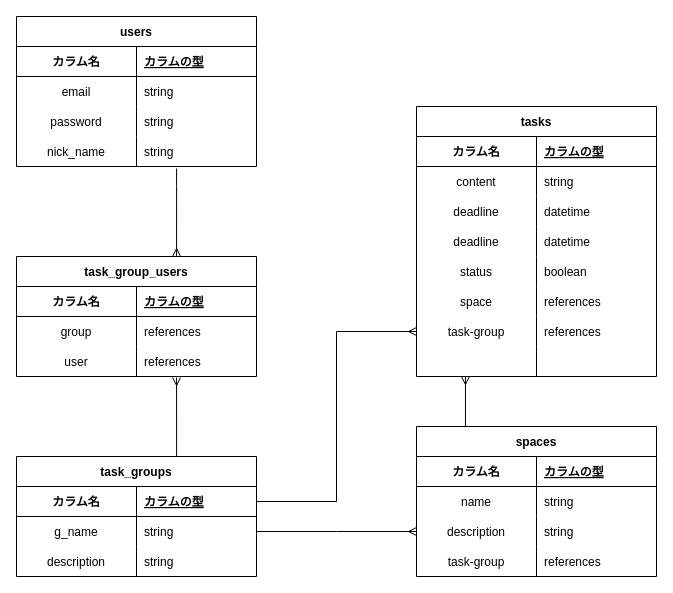
Before: ER .dio in iniwa-takaya/task_app, a draw.io diagram. Source tidied: cells renumbered, new cells numbered last; positions are measured from the earlier drawing's top-left corner, leaving out a move shared by most shapes. Both pictures are drawn from the tidied source at 100%, with x=0, y=0 at pixel (16, 16).
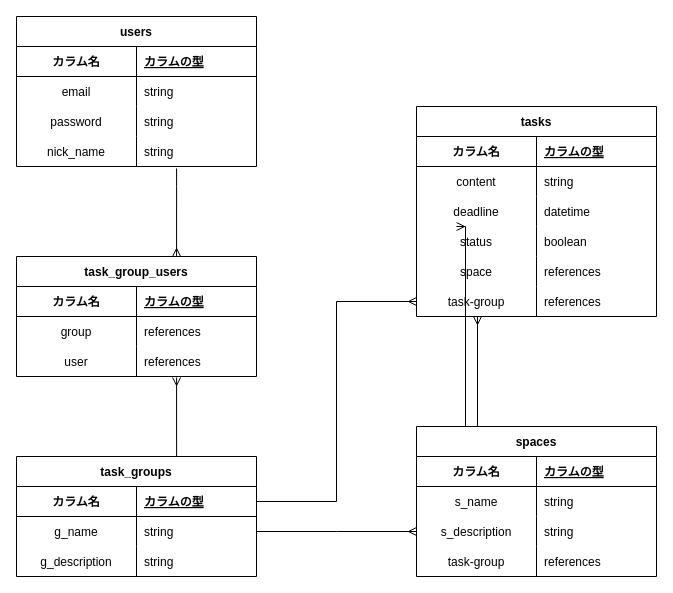
Above is the later version.

Commit message (it also covers changes not shown here):
ER図とREADMEの修正

Unchanged cells that the change refers to:
```xml
<mxCell id="41" value="spaces" style="shape=table;startSize=30;childLayout=tableLayout;rowLines=0;fontStyle=1;align=center;" parent="1" vertex="1">
  <mxGeometry x="400" y="410" width="240" height="150" as="geometry" />
</mxCell>
<mxCell id="45" style="shape=partialRectangle;fillColor=none;top=0;left=0;bottom=0;right=0;" parent="41" vertex="1">
  <mxGeometry y="60" width="240" height="30" as="geometry" />
</mxCell>
<mxCell id="48" style="shape=partialRectangle;fillColor=none;top=0;left=0;bottom=0;right=0;" parent="41" vertex="1">
  <mxGeometry y="90" width="240" height="30" as="geometry" />
</mxCell>
<mxCell id="63" style="shape=partialRectangle;fillColor=none;top=0;left=0;bottom=0;right=0;" parent="56" vertex="1">
  <mxGeometry y="90" width="240" height="30" as="geometry" />
</mxCell>
```

What changed in the source:
```diff
@@
     <mxCell id="15" value="tasks" style="shape=table;startSize=30;childLayout=tableLayout;rowLines=0;fontStyle=1;align=center;" parent="1" vertex="1">
-      <mxGeometry x="400" y="90" width="240" height="270" as="geometry" />
+      <mxGeometry x="400" y="90" width="240" height="210" as="geometry" />
     </mxCell>
@@
-    <mxCell id="25" style="shape=partialRectangle;fillColor=none;top=0;left=0;bottom=0;right=0;" parent="15" vertex="1">
-      <mxGeometry y="120" width="240" height="30" as="geometry" />
-    </mxCell>
-    <mxCell id="26" value="deadline" style="shape=partialRectangle;fillColor=none;top=0;left=0;bottom=0;right=0;overflow=hidden;" parent="25" vertex="1">
-      <mxGeometry width="120" height="30" as="geometry" />
-    </mxCell>
-    <mxCell id="27" value="datetime" style="shape=partialRectangle;fillColor=none;top=0;left=0;bottom=0;right=0;align=left;spacingLeft=6;overflow=hidden;" parent="25" vertex="1">
-      <mxGeometry x="120" width="120" height="30" as="geometry" />
-    </mxCell>
     <mxCell id="28" style="shape=partialRectangle;fillColor=none;top=0;left=0;bottom=0;right=0;" parent="15" vertex="1">
-      <mxGeometry y="150" width="240" height="30" as="geometry" />
+      <mxGeometry y="120" width="240" height="30" as="geometry" />
     </mxCell>
@@
     <mxCell id="31" style="shape=partialRectangle;fillColor=none;top=0;left=0;bottom=0;right=0;" parent="15" vertex="1">
-      <mxGeometry y="180" width="240" height="30" as="geometry" />
+      <mxGeometry y="150" width="240" height="30" as="geometry" />
     </mxCell>
@@
     <mxCell id="34" style="shape=partialRectangle;fillColor=none;top=0;left=0;bottom=0;right=0;points=[[0,0.5],[1,0.5]];portConstraint=eastwest;" parent="15" vertex="1">
-      <mxGeometry y="210" width="240" height="30" as="geometry" />
+      <mxGeometry y="180" width="240" height="30" as="geometry" />
     </mxCell>
@@
-    <mxCell id="37" style="shape=partialRectangle;fillColor=none;top=0;left=0;bottom=0;right=0;points=[[0,0.5],[1,0.5]];portConstraint=eastwest;" parent="15" vertex="1">
-      <mxGeometry y="240" width="240" height="30" as="geometry" />
-    </mxCell>
-    <mxCell id="38" style="shape=partialRectangle;fillColor=none;top=0;left=0;bottom=0;right=0;overflow=hidden;" parent="37" vertex="1">
-      <mxGeometry width="120" height="30" as="geometry" />
-    </mxCell>
-    <mxCell id="39" style="shape=partialRectangle;fillColor=none;top=0;left=0;bottom=0;right=0;align=left;spacingLeft=6;overflow=hidden;" parent="37" vertex="1">
-      <mxGeometry x="120" width="120" height="30" as="geometry" />
-    </mxCell>
-    <mxCell id="40" style="edgeStyle=orthogonalEdgeStyle;rounded=0;jettySize=auto;html=1;exitX=0.25;exitY=0;exitDx=0;exitDy=0;endArrow=ERmany;endFill=0;entryX=0.204;entryY=1;entryDx=0;entryDy=0;entryPerimeter=0;" parent="1" edge="1" source="41" target="37">
+    <mxCell id="40" style="edgeStyle=orthogonalEdgeStyle;rounded=0;jettySize=auto;html=1;exitX=0.25;exitY=0;exitDx=0;exitDy=0;endArrow=ERmany;endFill=0;entryX=0.204;entryY=1;entryDx=0;entryDy=0;entryPerimeter=0;" parent="1" edge="1" source="41">
       <mxGeometry relative="1" as="geometry">
+        <mxPoint x="440" y="210" as="targetPoint" />
         <Array as="points">
           <mxPoint x="449" y="440" />
         </Array>
       </mxGeometry>
     </mxCell>
+    <mxCell id="79" style="edgeStyle=orthogonalEdgeStyle;rounded=0;jettySize=auto;html=1;exitX=0.25;exitY=0;exitDx=0;exitDy=0;endArrow=ERmany;endFill=0;" parent="1" edge="1" source="41">
+      <mxGeometry relative="1" as="geometry">
+        <mxPoint x="461" y="300" as="targetPoint" />
+        <Array as="points">
+          <mxPoint x="461" y="410" />
+        </Array>
+      </mxGeometry>
+    </mxCell>
@@
-    <mxCell id="46" value="name" style="shape=partialRectangle;fillColor=none;top=0;left=0;bottom=0;right=0;overflow=hidden;" parent="45" vertex="1">
+    <mxCell id="46" value="s_name" style="shape=partialRectangle;fillColor=none;top=0;left=0;bottom=0;right=0;overflow=hidden;" parent="45" vertex="1">
       <mxGeometry width="120" height="30" as="geometry" />
     </mxCell>
@@
-    <mxCell id="49" value="description" style="shape=partialRectangle;fillColor=none;top=0;left=0;bottom=0;right=0;overflow=hidden;" parent="48" vertex="1">
+    <mxCell id="49" value="s_description" style="shape=partialRectangle;fillColor=none;top=0;left=0;bottom=0;right=0;overflow=hidden;" parent="48" vertex="1">
       <mxGeometry width="120" height="30" as="geometry" />
     </mxCell>
@@
-    <mxCell id="64" value="description" style="shape=partialRectangle;fillColor=none;top=0;left=0;bottom=0;right=0;overflow=hidden;" parent="63" vertex="1">
+    <mxCell id="64" value="g_description" style="shape=partialRectangle;fillColor=none;top=0;left=0;bottom=0;right=0;overflow=hidden;" parent="63" vertex="1">
       <mxGeometry width="120" height="30" as="geometry" />
     </mxCell>
```
